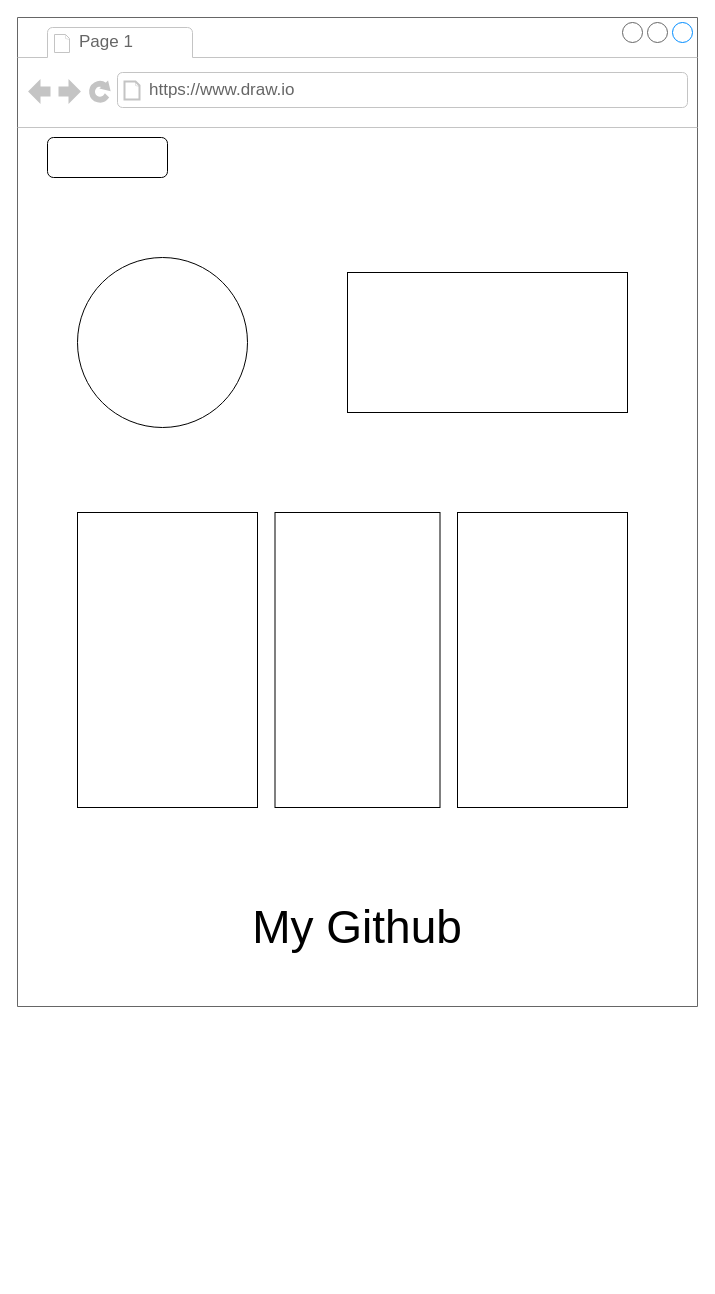
Above: mockup.drawio in charley81/profile-site (draw.io), before the change. Source tidied: cells renumbered, new cells numbered last; positions are measured from the earlier drawing's top-left corner, leaving out a move shared by most shapes. Both pictures are drawn from the tidied source at 100%, with x=0, y=0 at pixel (17, 17).
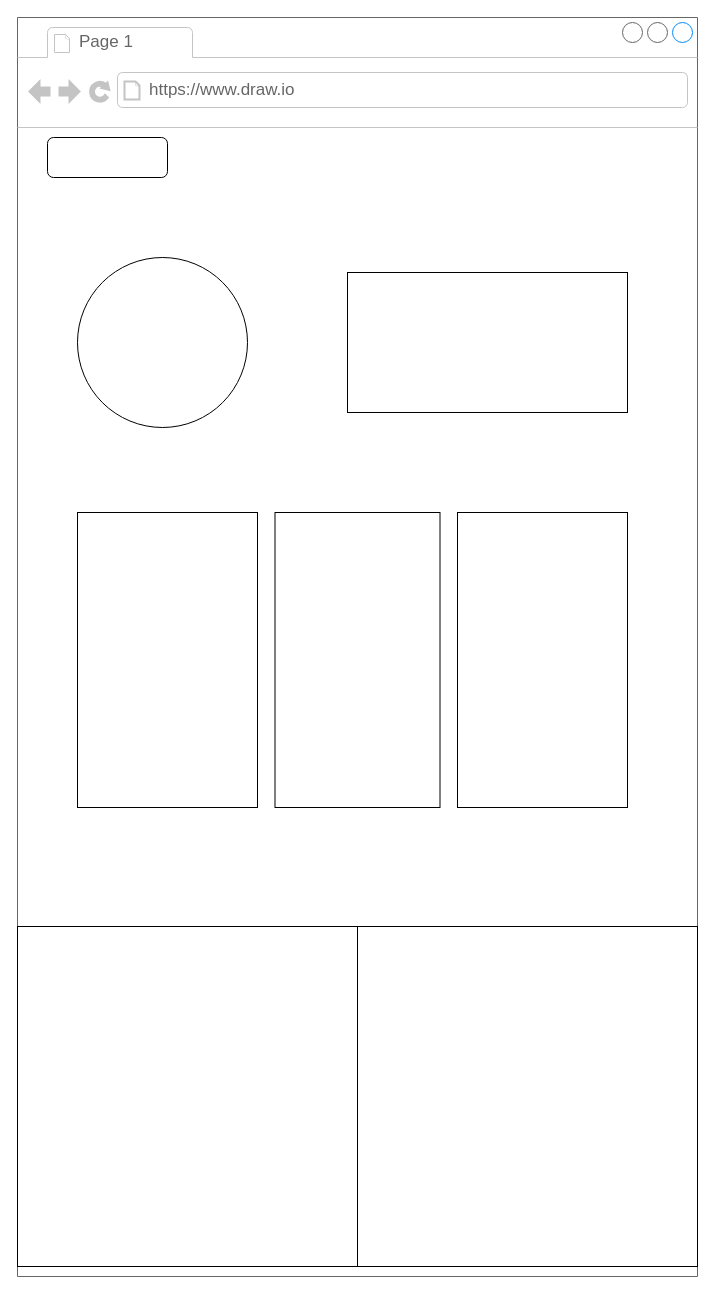
Above is the later version.

Commit message:
added github/codepen section to mockup.drawio

Change to the diagram source:
```diff
@@
 <mxGraphModel>
   <root>
     <mxCell id="0" />
     <mxCell id="1" parent="0" />
     <mxCell id="2" style="strokeWidth=1;shadow=0;dashed=0;align=center;html=1;shape=mxgraph.mockup.containers.browserWindow;rSize=0;strokeColor=#666666;strokeColor2=#008cff;strokeColor3=#c4c4c4;mainText=,;fontStyle=0;" parent="1" vertex="1">
-      <mxGeometry width="680" height="989" as="geometry" />
+      <mxGeometry width="680" height="1259" as="geometry" />
     </mxCell>
     <mxCell id="3" value="Page 1" style="strokeWidth=1;shadow=0;dashed=0;align=center;html=1;shape=mxgraph.mockup.containers.anchor;fontSize=17;fontColor=#666666;align=left;" parent="2" vertex="1">
       <mxGeometry x="60" y="12" width="110" height="26" as="geometry" />
     </mxCell>
     <mxCell id="4" value="https://www.draw.io" style="strokeWidth=1;shadow=0;dashed=0;align=center;html=1;shape=mxgraph.mockup.containers.anchor;rSize=0;fontSize=17;fontColor=#666666;align=left;" parent="2" vertex="1">
       <mxGeometry x="130" y="60" width="250" height="26" as="geometry" />
     </mxCell>
     <mxCell id="5" style="rounded=1;whiteSpace=wrap;html=1;" parent="2" vertex="1">
       <mxGeometry x="30" y="120" width="120" height="40" as="geometry" />
     </mxCell>
     <mxCell id="6" style="edgeStyle=orthogonalEdgeStyle;rounded=0;orthogonalLoop=1;jettySize=auto;html=1;exitX=0.5;exitY=1;exitDx=0;exitDy=0;" parent="2" edge="1">
       <mxGeometry relative="1" as="geometry">
         <mxPoint x="630" y="160" as="sourcePoint" />
         <mxPoint x="630" y="160" as="targetPoint" />
       </mxGeometry>
     </mxCell>
     <mxCell id="7" style="ellipse;whiteSpace=wrap;html=1;" parent="2" vertex="1">
       <mxGeometry x="60" y="240" width="170" height="170" as="geometry" />
     </mxCell>
     <mxCell id="8" style="rounded=0;whiteSpace=wrap;html=1;" parent="2" vertex="1">
       <mxGeometry x="330" y="255" width="280" height="140" as="geometry" />
     </mxCell>
     <mxCell id="9" style="rounded=0;whiteSpace=wrap;html=1;direction=south;" parent="2" vertex="1">
       <mxGeometry x="60" y="495" width="180" height="295" as="geometry" />
     </mxCell>
     <mxCell id="10" style="rounded=0;whiteSpace=wrap;html=1;direction=south;" parent="2" vertex="1">
       <mxGeometry x="440" y="495" width="170" height="295" as="geometry" />
     </mxCell>
     <mxCell id="11" style="rounded=0;whiteSpace=wrap;html=1;direction=south;" parent="2" vertex="1">
       <mxGeometry x="257.5" y="495" width="165" height="295" as="geometry" />
     </mxCell>
-    <mxCell id="12" value="&lt;span style=&quot;font-size: 46px&quot;&gt;My Github&lt;/span&gt;" style="text;html=1;strokeColor=none;fillColor=none;align=center;verticalAlign=middle;whiteSpace=wrap;rounded=0;" parent="2" vertex="1">
-      <mxGeometry x="70" y="860" width="540" height="100" as="geometry" />
+    <mxCell id="12" style="whiteSpace=wrap;html=1;" parent="2" vertex="1">
+      <mxGeometry x="340" y="909" width="340" height="340" as="geometry" />
     </mxCell>
+    <mxCell id="13" style="whiteSpace=wrap;html=1;" parent="2" vertex="1">
+      <mxGeometry y="909" width="340" height="340" as="geometry" />
+    </mxCell>
   </root>
 </mxGraphModel>
```
